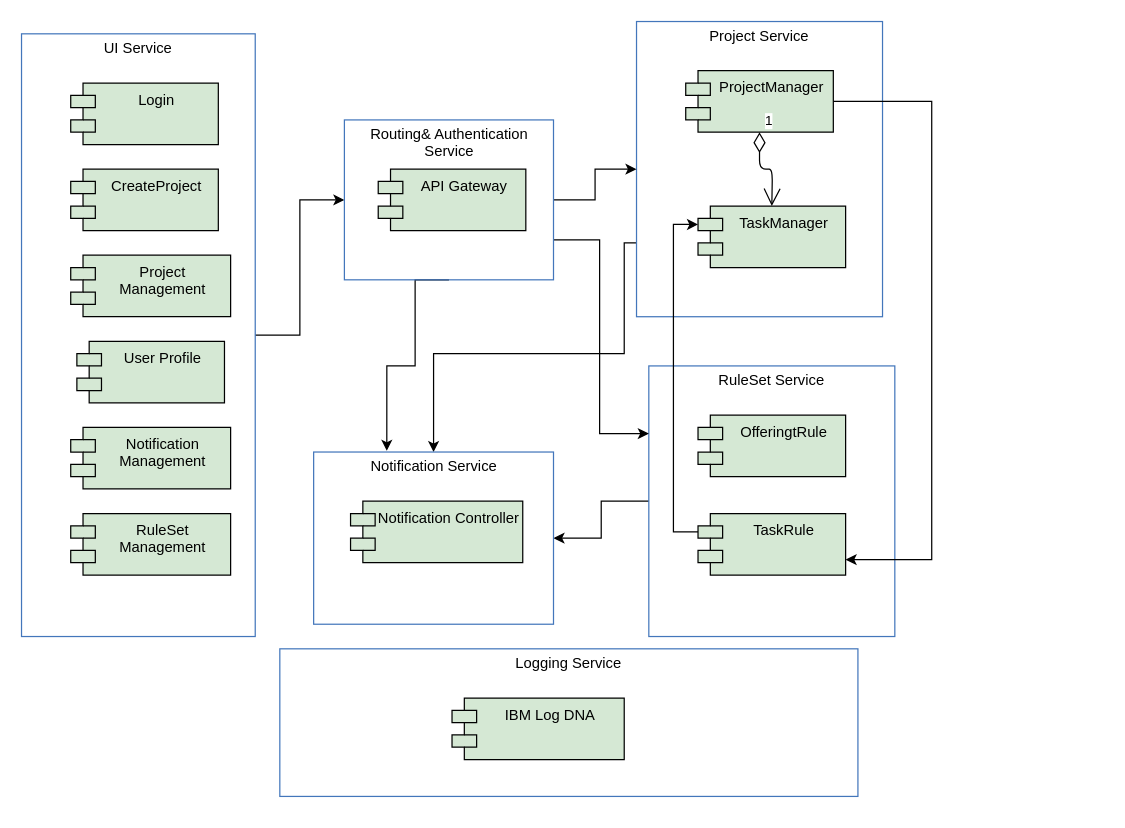
The draw.io diagram page "Component Model" (3 of 4) of oasis-architecture.drawio in JackZhao2517/drawio_folder, before the edit. Source tidied: cells renumbered, new cells numbered last; positions are measured from the earlier drawing's top-left corner, leaving out a move shared by most shapes. Both pictures are drawn from the tidied source at 123%, with x=0, y=0 at pixel (21, 21).
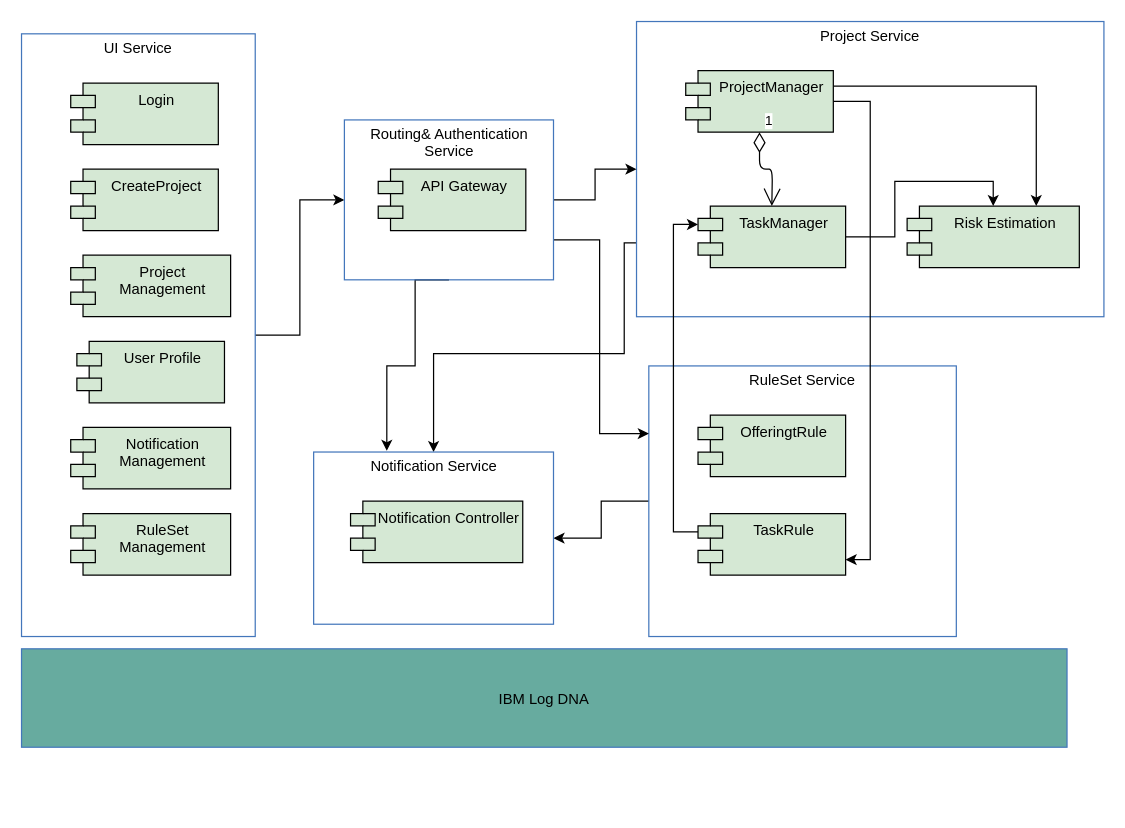
Above is the later version.

The change refers to these unchanged cells:
```xml
<mxCell id="4" value="ProjectManager" style="shape=module;align=left;spacingLeft=20;align=center;verticalAlign=top;fillColor=#D5E8D4;" parent="3" vertex="1">
  <mxGeometry x="40" y="40" width="120" height="50" as="geometry" />
</mxCell>
<mxCell id="5" value="TaskManager" style="shape=module;align=left;spacingLeft=20;align=center;verticalAlign=top;fillColor=#D5E8D4;" parent="3" vertex="1">
  <mxGeometry x="50" y="150" width="120" height="50" as="geometry" />
</mxCell>
<mxCell id="9" value="TaskRule" style="shape=module;align=left;spacingLeft=20;align=center;verticalAlign=top;fillColor=#D5E8D4;" parent="7" vertex="1">
  <mxGeometry x="40" y="120" width="120" height="50" as="geometry" />
</mxCell>
```

Diff of the diagram source:
```diff
@@
     <mxCell id="3" value="Project Service" style="fontStyle=0;verticalAlign=top;align=center;spacingTop=-2;fillColor=none;rounded=0;whiteSpace=wrap;html=1;strokeColor=#4376BB;strokeWidth=1;dashed=0;" parent="1" vertex="1">
-      <mxGeometry x="500" width="200" height="240" as="geometry" />
+      <mxGeometry x="500" width="380" height="240" as="geometry" />
     </mxCell>
+    <mxCell id="31" style="edgeStyle=orthogonalEdgeStyle;rounded=0;jettySize=auto;html=1;exitX=1;exitY=0.25;exitDx=0;exitDy=0;entryX=0.75;entryY=0;entryDx=0;entryDy=0;" parent="3" edge="1" source="4" target="33">
+      <mxGeometry relative="1" as="geometry" />
+    </mxCell>
@@
+    <mxCell id="32" style="edgeStyle=orthogonalEdgeStyle;rounded=0;jettySize=auto;html=1;exitX=1;exitY=0.5;exitDx=0;exitDy=0;entryX=0.5;entryY=0;entryDx=0;entryDy=0;" parent="3" edge="1" source="5" target="33">
+      <mxGeometry relative="1" as="geometry">
+        <Array as="points">
+          <mxPoint x="210" y="175" />
+          <mxPoint x="210" y="130" />
+          <mxPoint x="290" y="130" />
+        </Array>
+      </mxGeometry>
+    </mxCell>
@@
+    <mxCell id="33" value="Risk Estimation" style="shape=module;align=left;spacingLeft=20;align=center;verticalAlign=top;fillColor=#D5E8D4;" parent="3" vertex="1">
+      <mxGeometry x="220" y="150" width="140" height="50" as="geometry" />
+    </mxCell>
@@
     <mxCell id="7" value="RuleSet Service" style="fontStyle=0;verticalAlign=top;align=center;spacingTop=-2;fillColor=none;rounded=0;whiteSpace=wrap;html=1;strokeColor=#4376BB;strokeWidth=1;dashed=0;" parent="1" vertex="1">
-      <mxGeometry x="510" y="280" width="200" height="220" as="geometry" />
+      <mxGeometry x="510" y="280" width="250" height="220" as="geometry" />
     </mxCell>
@@
     <mxCell id="26" style="edgeStyle=orthogonalEdgeStyle;rounded=0;jettySize=auto;html=1;exitX=1;exitY=0.5;exitDx=0;exitDy=0;entryX=1;entryY=0.75;entryDx=0;entryDy=0;" parent="1" edge="1" source="4" target="9">
       <mxGeometry relative="1" as="geometry">
         <Array as="points">
-          <mxPoint x="740" y="65" />
-          <mxPoint x="740" y="438" />
+          <mxPoint x="690" y="65" />
+          <mxPoint x="690" y="438" />
         </Array>
       </mxGeometry>
     </mxCell>
@@
-    <mxCell id="28" value="Logging Service" style="fontStyle=0;verticalAlign=top;align=center;spacingTop=-2;fillColor=none;rounded=0;whiteSpace=wrap;html=1;strokeColor=#4376BB;strokeWidth=1;dashed=0;" parent="1" vertex="1">
-      <mxGeometry x="210" y="510" width="470" height="120" as="geometry" />
+    <mxCell id="28" value="&lt;div&gt;&lt;br&gt;&lt;/div&gt;&lt;div&gt;&lt;br&gt;&lt;/div&gt;&lt;div&gt;IBM Log DNA&lt;br&gt;&lt;/div&gt;" style="fontStyle=0;verticalAlign=top;align=center;spacingTop=-2;fillColor=#67AB9F;rounded=0;whiteSpace=wrap;html=1;strokeColor=#4376BB;strokeWidth=1;dashed=0;" parent="1" vertex="1">
+      <mxGeometry y="510" width="850" height="80" as="geometry" />
     </mxCell>
-    <mxCell id="29" value="IBM Log DNA" style="shape=module;align=left;spacingLeft=20;align=center;verticalAlign=top;fillColor=#D5E8D4;" parent="28" vertex="1">
-      <mxGeometry x="140" y="40" width="140" height="50" as="geometry" />
-    </mxCell>
-    <mxCell id="30" style="edgeStyle=orthogonalEdgeStyle;rounded=0;orthogonalLoop=1;jettySize=auto;html=1;exitX=0.5;exitY=1;exitDx=0;exitDy=0;" parent="1" edge="1" source="28" target="28">
-      <mxGeometry relative="1" as="geometry" />
-    </mxCell>
```
